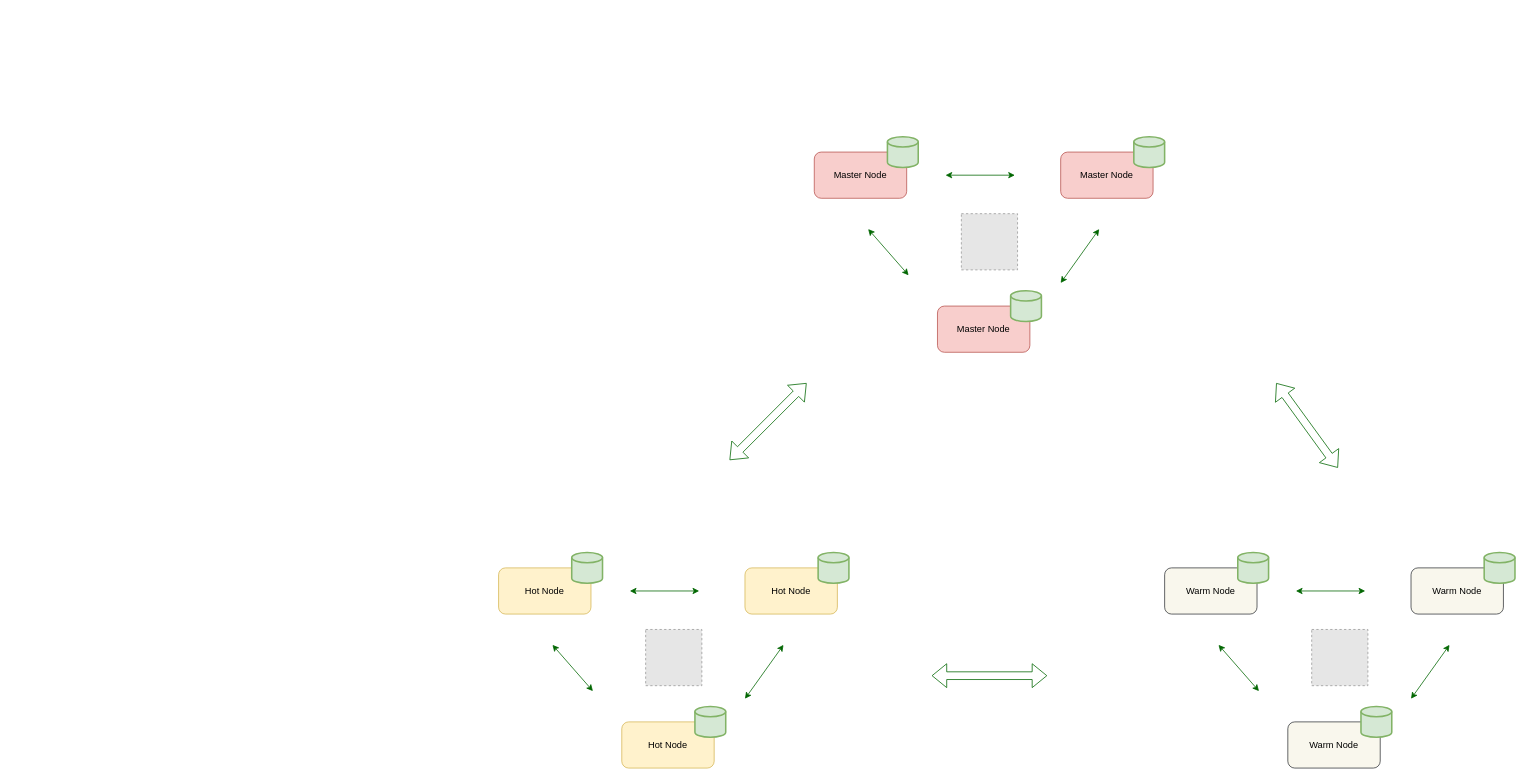
jiangtao7/draw.io keeps this draw.io diagram as elk.drawio. Above is the earlier version. Source tidied: cells renumbered, new cells numbered last; positions are measured from the earlier drawing's top-left corner, leaving out a move shared by most shapes. Both pictures are drawn from the tidied source at 77%, with x=0, y=0 at pixel (498, 136). Pictures stored in the file or linked from it are replaced by grey dashed boxes.
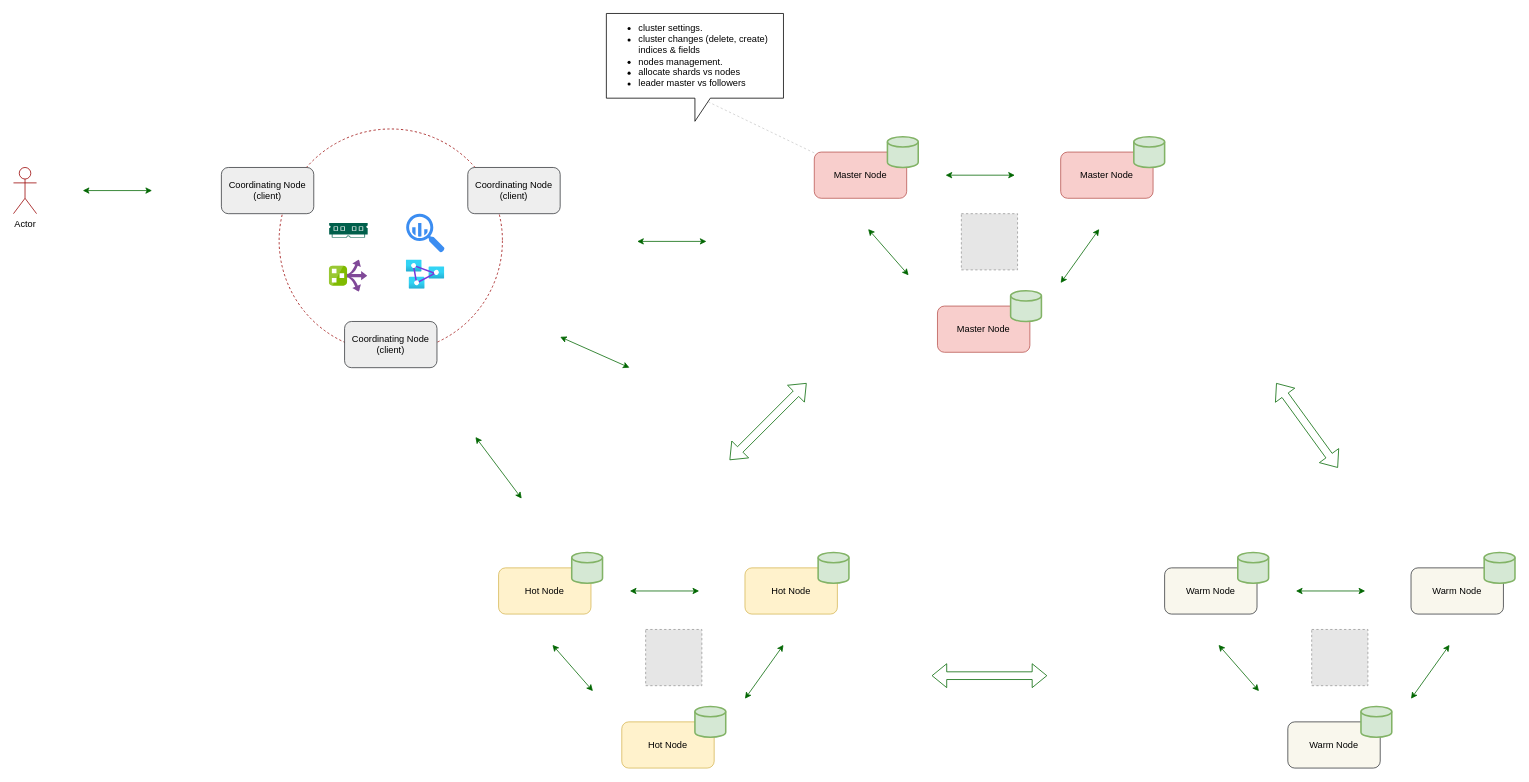
After the change.

The change refers to these unchanged cells:
```xml
<mxCell id="6" value="Master Node" style="rounded=1;whiteSpace=wrap;html=1;fillColor=#f8cecc;strokeColor=#b85450;" parent="1" vertex="1">
  <mxGeometry x="410" y="20" width="120" height="60" as="geometry" />
</mxCell>
```

Diff of the diagram source:
```diff
@@
+    <mxCell id="35" style="ellipse;whiteSpace=wrap;html=1;dashed=1;strokeColor=#990000;" parent="1" vertex="1">
+      <mxGeometry x="-285" y="-10" width="290" height="290" as="geometry" />
+    </mxCell>
@@
+    <mxCell id="36" style="rounded=0;jettySize=auto;html=1;entryX=0;entryY=0;entryDx=60;entryDy=80;entryPerimeter=0;strokeColor=#CCCCCC;dashed=1;" parent="1" edge="1" source="6" target="49">
+      <mxGeometry relative="1" as="geometry" />
+    </mxCell>
@@
+    <mxCell id="37" value="Coordinating Node&lt;br&gt;(client)" style="rounded=1;whiteSpace=wrap;html=1;fillColor=#eeeeee;strokeColor=#36393d;" parent="1" vertex="1">
+      <mxGeometry x="-360" y="40" width="120" height="60" as="geometry" />
+    </mxCell>
+    <mxCell id="38" value="Coordinating&amp;nbsp;Node&lt;br&gt;(client)" style="rounded=1;whiteSpace=wrap;html=1;fillColor=#eeeeee;strokeColor=#36393d;" parent="1" vertex="1">
+      <mxGeometry x="-40" y="40" width="120" height="60" as="geometry" />
+    </mxCell>
+    <mxCell id="39" value="Coordinating&amp;nbsp;Node&lt;br&gt;(client)" style="rounded=1;whiteSpace=wrap;html=1;fillColor=#eeeeee;strokeColor=#36393d;" parent="1" vertex="1">
+      <mxGeometry x="-200" y="240" width="120" height="60" as="geometry" />
+    </mxCell>
+    <mxCell id="40" style="sketch=0;html=1;strokeColor=none;shadow=0;align=center;verticalAlign=top;fillColor=#3B8DF1;shape=mxgraph.gcp2.big_query;" parent="1" vertex="1">
+      <mxGeometry x="-120" y="100" width="50" height="50.5" as="geometry" />
+    </mxCell>
+    <mxCell id="41" style="sketch=0;html=1;align=center;image;fontSize=12;image=img/lib/mscae/Route_Filter.svg;" parent="1" vertex="1">
+      <mxGeometry x="-220" y="160" width="50" height="42" as="geometry" />
+    </mxCell>
+    <mxCell id="42" style="sketch=0;shadow=0;dashed=0;html=1;strokeColor=none;fillColor=#005F4B;labelPosition=center;verticalLabelPosition=bottom;verticalAlign=top;align=center;shape=mxgraph.veeam2.ram;" parent="1" vertex="1">
+      <mxGeometry x="-220" y="112" width="50" height="19" as="geometry" />
+    </mxCell>
+    <mxCell id="43" style="html=1;align=center;image;fontSize=12;image=img/lib/azure2/analytics/Analysis_Services.svg;" parent="1" vertex="1">
+      <mxGeometry x="-120" y="160" width="50" height="38.1" as="geometry" />
+    </mxCell>
+    <mxCell id="44" value="Actor" style="shape=umlActor;verticalLabelPosition=bottom;verticalAlign=top;html=1;strokeColor=#990000;" parent="1" vertex="1">
+      <mxGeometry x="-630" y="40" width="30" height="60" as="geometry" />
+    </mxCell>
+    <mxCell id="45" style="endArrow=classic;startArrow=classic;html=1;rounded=0;strokeColor=#006600;" parent="1" edge="1">
+      <mxGeometry relative="1" as="geometry">
+        <mxPoint x="-540" y="70" as="sourcePoint" />
+        <mxPoint x="-450" y="70" as="targetPoint" />
+      </mxGeometry>
+    </mxCell>
+    <mxCell id="46" style="endArrow=classic;startArrow=classic;html=1;rounded=0;strokeColor=#006600;" parent="1" edge="1">
+      <mxGeometry relative="1" as="geometry">
+        <mxPoint x="180" y="136" as="sourcePoint" />
+        <mxPoint x="270" y="136" as="targetPoint" />
+      </mxGeometry>
+    </mxCell>
+    <mxCell id="47" style="endArrow=classic;startArrow=classic;html=1;rounded=0;strokeColor=#006600;" parent="1" edge="1">
+      <mxGeometry relative="1" as="geometry">
+        <mxPoint x="-30" y="390" as="sourcePoint" />
+        <mxPoint x="30" y="470" as="targetPoint" />
+      </mxGeometry>
+    </mxCell>
+    <mxCell id="48" style="endArrow=classic;startArrow=classic;html=1;rounded=0;strokeColor=#006600;" parent="1" edge="1">
+      <mxGeometry relative="1" as="geometry">
+        <mxPoint x="80" y="260" as="sourcePoint" />
+        <mxPoint x="170" y="300" as="targetPoint" />
+      </mxGeometry>
+    </mxCell>
+    <mxCell id="49" value="&lt;ul&gt;&lt;li&gt;cluster settings.&lt;/li&gt;&lt;li&gt;cluster changes (delete, create) indices &amp;amp; fields&lt;/li&gt;&lt;li&gt;nodes management.&lt;/li&gt;&lt;li&gt;allocate shards vs nodes&lt;/li&gt;&lt;li&gt;leader master vs followers&lt;/li&gt;&lt;/ul&gt;" style="shape=callout;whiteSpace=wrap;html=1;perimeter=calloutPerimeter;strokeColor=#000000;align=left;" parent="1" vertex="1">
+      <mxGeometry x="140" y="-160" width="230" height="140" as="geometry" />
+    </mxCell>
```
